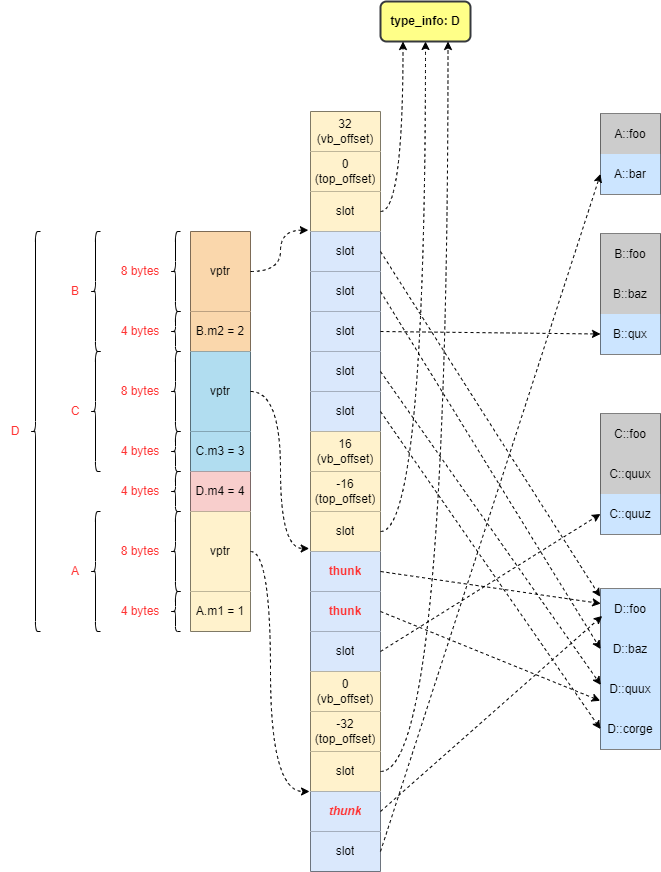
zhxilin/zhxilin.github.io keeps this draw.io diagram as images/virtual_inheritance_layout.png. Above is the earlier version. Source tidied: cells renumbered, new cells last; positions are measured from the earlier drawing's top-left corner, leaving out a move shared by most shapes.
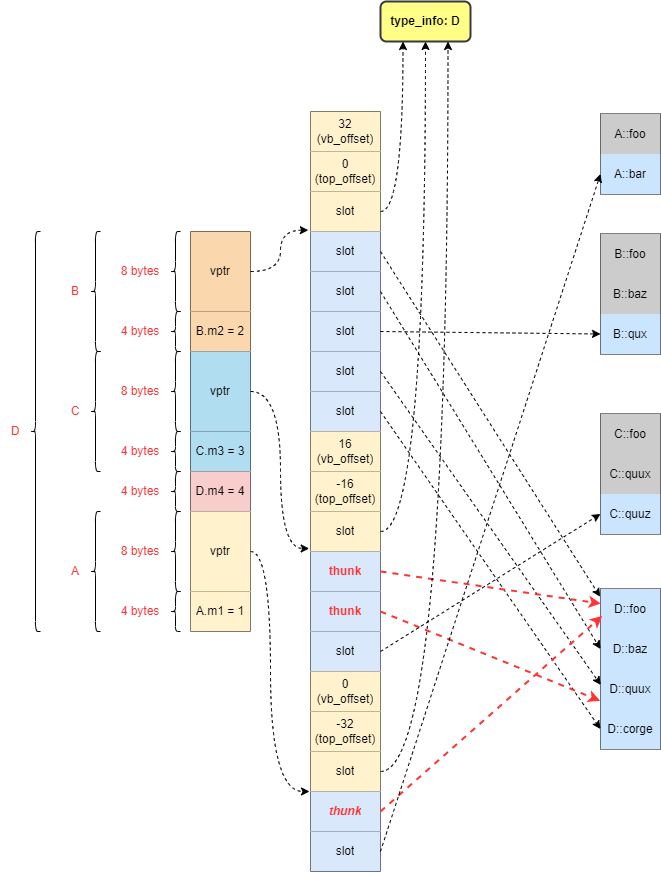
After the commit.

Commit message:
Update post 'object_memory_layout'

Change to the diagram source:
```diff
@@ -332,16 +332,16 @@
     <mxCell id="111" style="edgeStyle=none;rounded=0;jettySize=auto;html=1;exitX=1;exitY=0.5;exitDx=0;exitDy=0;entryX=0;entryY=0.5;entryDx=0;entryDy=0;dashed=1;" parent="1" edge="1" source="50" target="101">
       <mxGeometry relative="1" as="geometry" />
     </mxCell>
-    <mxCell id="112" style="edgeStyle=none;rounded=0;jettySize=auto;html=1;exitX=1;exitY=0.5;exitDx=0;exitDy=0;entryX=0.005;entryY=0.364;entryDx=0;entryDy=0;entryPerimeter=0;dashed=1;" parent="1" edge="1" source="58" target="95">
+    <mxCell id="112" style="edgeStyle=none;rounded=0;jettySize=auto;html=1;exitX=1;exitY=0.5;exitDx=0;exitDy=0;entryX=0.005;entryY=0.364;entryDx=0;entryDy=0;entryPerimeter=0;dashed=1;strokeWidth=2;strokeColor=#FF3333;" parent="1" edge="1" source="58" target="95">
       <mxGeometry relative="1" as="geometry" />
     </mxCell>
-    <mxCell id="113" style="edgeStyle=none;rounded=0;jettySize=auto;html=1;exitX=1;exitY=0.5;exitDx=0;exitDy=0;dashed=1;entryX=-0.006;entryY=0.795;entryDx=0;entryDy=0;entryPerimeter=0;" parent="1" edge="1" source="60" target="99">
+    <mxCell id="113" style="edgeStyle=none;rounded=0;jettySize=auto;html=1;exitX=1;exitY=0.5;exitDx=0;exitDy=0;dashed=1;entryX=-0.006;entryY=0.795;entryDx=0;entryDy=0;entryPerimeter=0;strokeColor=#FF3333;strokeWidth=2;" parent="1" edge="1" source="60" target="99">
       <mxGeometry relative="1" as="geometry" />
     </mxCell>
     <mxCell id="114" style="edgeStyle=none;rounded=0;jettySize=auto;html=1;exitX=1;exitY=0.5;exitDx=0;exitDy=0;entryX=0;entryY=0.5;entryDx=0;entryDy=0;dashed=1;" parent="1" edge="1" source="62" target="92">
       <mxGeometry relative="1" as="geometry" />
     </mxCell>
-    <mxCell id="115" style="edgeStyle=none;rounded=0;jettySize=auto;html=1;exitX=1;exitY=0.5;exitDx=0;exitDy=0;entryX=0.028;entryY=0.674;entryDx=0;entryDy=0;dashed=1;entryPerimeter=0;" parent="1" edge="1" source="70" target="95">
+    <mxCell id="115" style="edgeStyle=none;rounded=0;jettySize=auto;html=1;exitX=1;exitY=0.5;exitDx=0;exitDy=0;entryX=0.028;entryY=0.674;entryDx=0;entryDy=0;dashed=1;entryPerimeter=0;strokeColor=#FF3333;strokeWidth=2;" parent="1" edge="1" source="70" target="95">
       <mxGeometry relative="1" as="geometry" />
     </mxCell>
     <mxCell id="116" style="edgeStyle=none;rounded=0;jettySize=auto;html=1;exitX=1;exitY=0.5;exitDx=0;exitDy=0;entryX=0;entryY=0.5;entryDx=0;entryDy=0;dashed=1;" parent="1" edge="1" source="72" target="78">
```
